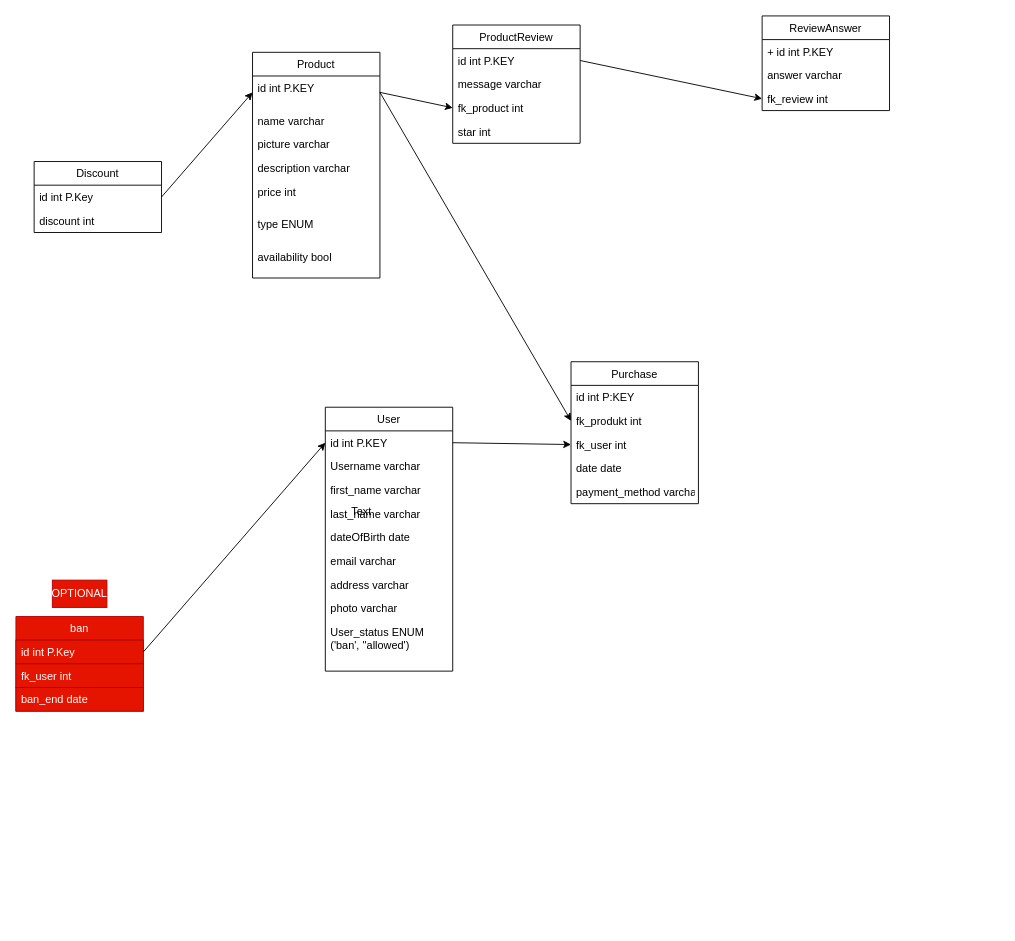
The draw.io diagram database/database_ecommerce.drawio in ChavesJimmy/FSWD-TeamProject-Group9, before the edit. Source tidied: cells renumbered, new cells numbered last; positions are measured from the earlier drawing's top-left corner, leaving out a move shared by most shapes. Both pictures are drawn from the tidied source at 91%, with x=0, y=0 at pixel (15, 15).
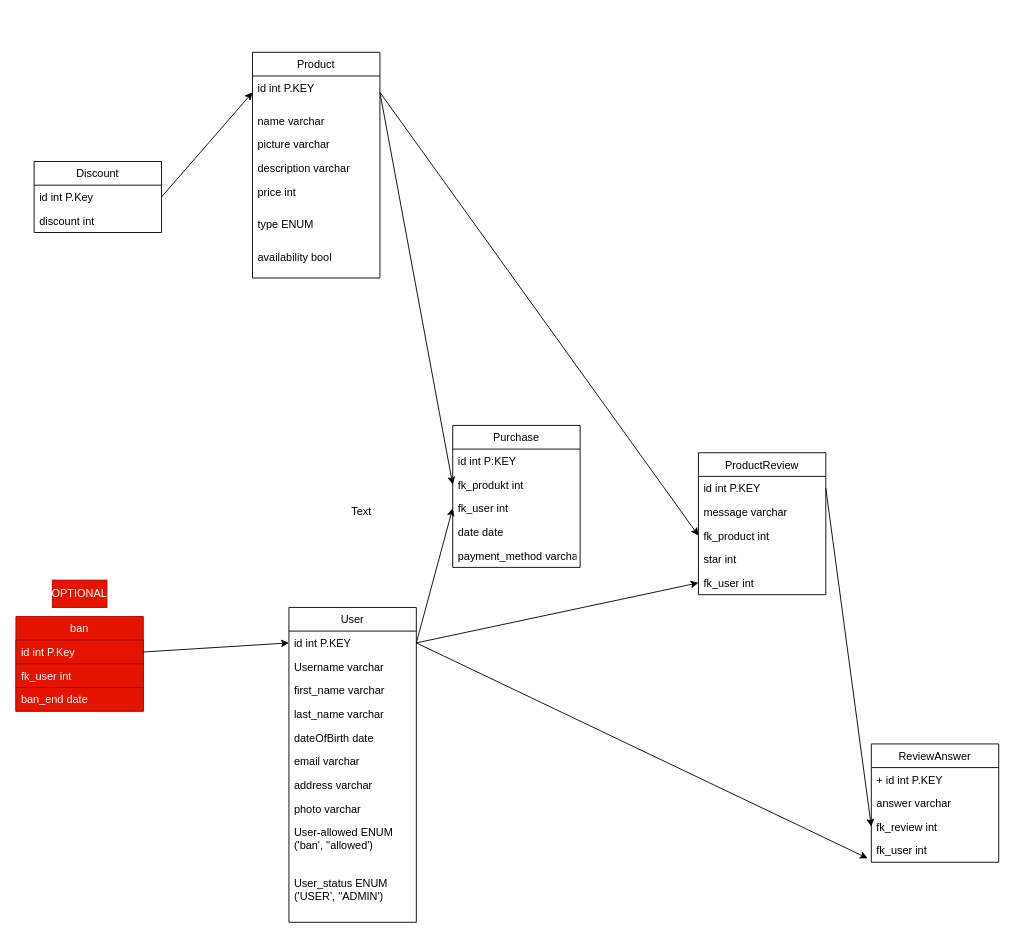
The same diagram, later.

The change refers to these unchanged cells:
```xml
<mxCell id="11" value="id int P.KEY" style="text;strokeColor=none;fillColor=none;align=left;verticalAlign=top;spacingLeft=4;spacingRight=4;overflow=hidden;points=[[0,0.5],[1,0.5]];portConstraint=eastwest;" parent="10" vertex="1">
  <mxGeometry y="26" width="140" height="26" as="geometry" />
</mxCell>
```

The edit, as a diff of the source:
```diff
@@
     <mxCell id="10" value="User" style="swimlane;fontStyle=0;horizontal=1;startSize=26;fillColor=none;" parent="1" vertex="1">
-      <mxGeometry x="340" y="430" width="140" height="290" as="geometry" />
+      <mxGeometry x="300" y="650" width="140" height="346" as="geometry" />
     </mxCell>
@@
-    <mxCell id="19" value="User_status ENUM &#10;('ban', ''allowed')" style="text;strokeColor=none;fillColor=none;align=left;verticalAlign=top;spacingLeft=4;spacingRight=4;overflow=hidden;" parent="10" vertex="1">
+    <mxCell id="19" value="User-allowed ENUM &#10;('ban', ''allowed')" style="text;strokeColor=none;fillColor=none;align=left;verticalAlign=top;spacingLeft=4;spacingRight=4;overflow=hidden;" parent="10" vertex="1">
       <mxGeometry y="234" width="140" height="56" as="geometry" />
     </mxCell>
+    <mxCell id="50" value="User_status ENUM &#10;('USER', ''ADMIN')" style="text;strokeColor=none;fillColor=none;align=left;verticalAlign=top;spacingLeft=4;spacingRight=4;overflow=hidden;" parent="10" vertex="1">
+      <mxGeometry y="290" width="140" height="56" as="geometry" />
+    </mxCell>
     <mxCell id="20" value="Purchase" style="swimlane;fontStyle=0;horizontal=1;startSize=26;fillColor=none;" parent="1" vertex="1">
-      <mxGeometry x="610" y="380" width="140" height="156" as="geometry" />
+      <mxGeometry x="480" y="450" width="140" height="156" as="geometry" />
     </mxCell>
@@
     <mxCell id="28" value="ProductReview" style="swimlane;fontStyle=0;horizontal=1;startSize=26;fillColor=none;" parent="1" vertex="1">
-      <mxGeometry x="480" y="10" width="140" height="130" as="geometry" />
+      <mxGeometry x="750" y="480" width="140" height="156" as="geometry" />
     </mxCell>
@@
+    <mxCell id="51" value="fk_user int" style="text;strokeColor=none;fillColor=none;align=left;verticalAlign=top;spacingLeft=4;spacingRight=4;overflow=hidden;points=[[0,0.5],[1,0.5]];portConstraint=eastwest;" parent="28" vertex="1">
+      <mxGeometry y="130" width="140" height="26" as="geometry" />
+    </mxCell>
@@
     <mxCell id="34" value="ReviewAnswer" style="swimlane;fontStyle=0;horizontal=1;startSize=26;fillColor=none;" parent="1" vertex="1">
-      <mxGeometry x="820" width="140" height="104" as="geometry" />
+      <mxGeometry x="940" y="800" width="140" height="130" as="geometry" />
     </mxCell>
@@
+    <mxCell id="52" value="fk_user int" style="text;strokeColor=none;fillColor=none;align=left;verticalAlign=top;spacingLeft=4;spacingRight=4;overflow=hidden;points=[[0,0.5],[1,0.5]];portConstraint=eastwest;" parent="34" vertex="1">
+      <mxGeometry y="104" width="140" height="26" as="geometry" />
+    </mxCell>
@@
+    <mxCell id="53" style="edgeStyle=none;html=1;entryX=0;entryY=0.5;entryDx=0;entryDy=0;exitX=1;exitY=0.5;exitDx=0;exitDy=0;" parent="1" edge="1" source="11" target="51">
+      <mxGeometry relative="1" as="geometry" />
+    </mxCell>
+    <mxCell id="54" style="edgeStyle=none;html=1;entryX=-0.029;entryY=0.833;entryDx=0;entryDy=0;entryPerimeter=0;exitX=1;exitY=0.5;exitDx=0;exitDy=0;" parent="1" edge="1" source="11" target="52">
+      <mxGeometry relative="1" as="geometry" />
+    </mxCell>
```
